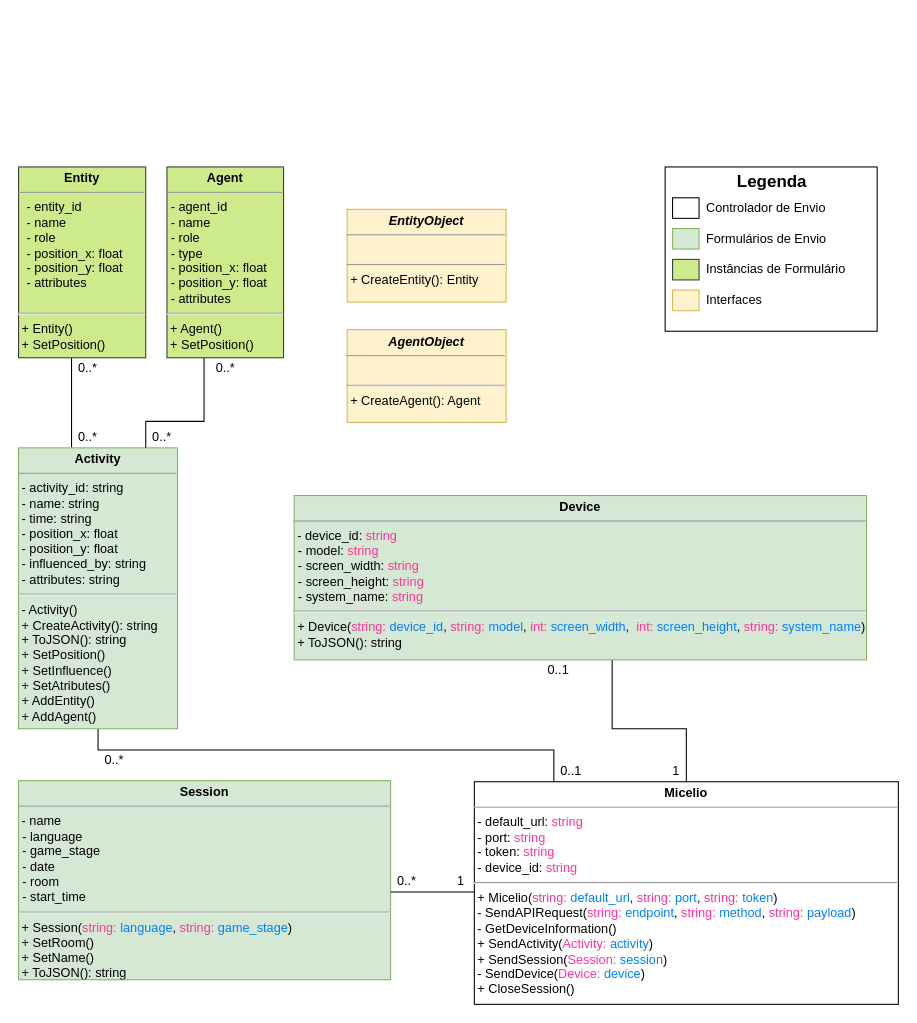
The draw.io diagram page "MicelioUnity Class Model" (5 of 6) of Documentation/Diagramas/Modelo De Dados Proveniencia.drawio in multisens/micelio, before the edit. Source tidied: cells renumbered, new cells numbered last; positions are measured from the earlier drawing's top-left corner, leaving out a move shared by most shapes. Both pictures are drawn from the tidied source at 106%, with x=0, y=0 at pixel (18, 18).
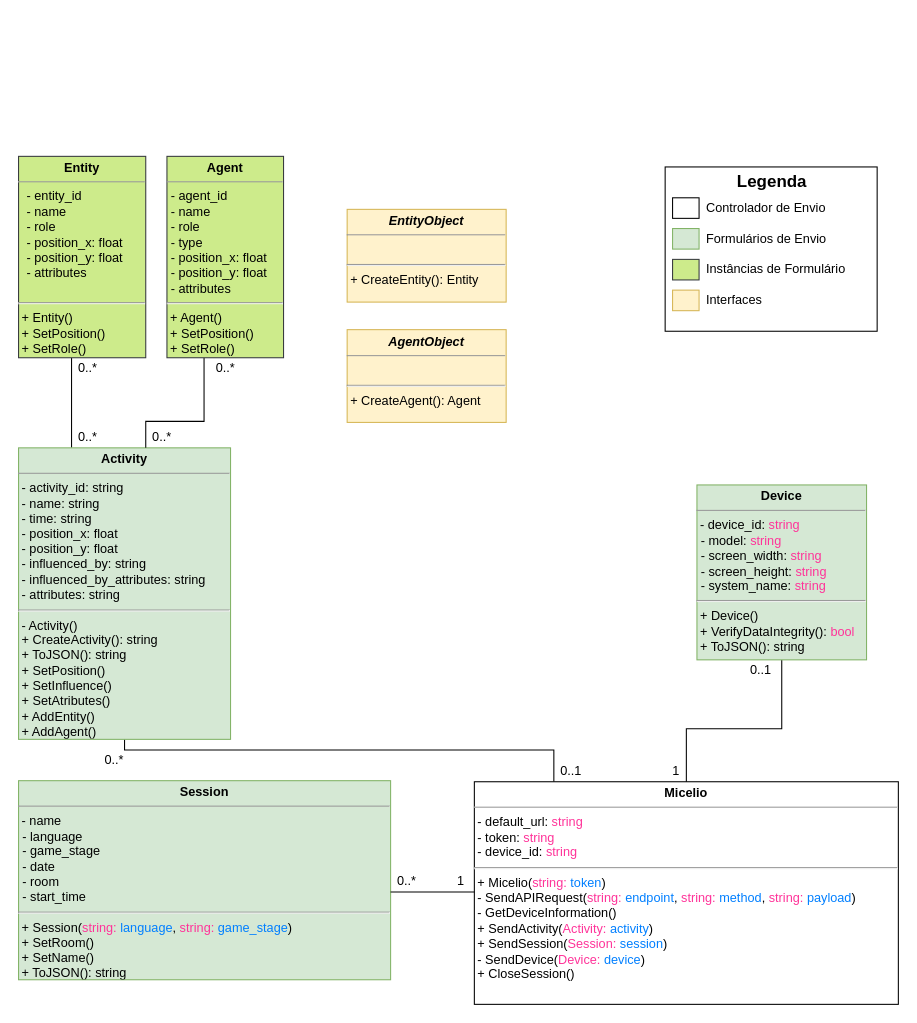
Above is the later version.

The change refers to these unchanged cells:
```xml
<mxCell id="17" style="group;" parent="1" vertex="1">
  <mxGeometry x="140" y="160" width="140" height="160" as="geometry" />
</mxCell>
```

The edit, as a diff of the source:
```diff
@@
-    <mxCell id="3" value="&lt;p style=&quot;margin: 0px ; margin-top: 4px ; text-align: center&quot;&gt;&lt;b&gt;Micelio&lt;/b&gt;&lt;/p&gt;&lt;hr size=&quot;1&quot;&gt;&amp;nbsp;- default_url: &lt;font color=&quot;#ff3399&quot;&gt;string&lt;/font&gt;&lt;br&gt;&amp;nbsp;- port: &lt;font color=&quot;#ff3399&quot;&gt;string&lt;/font&gt;&lt;br&gt;&amp;nbsp;- token: &lt;font color=&quot;#ff3399&quot;&gt;string&lt;/font&gt;&lt;br&gt;&amp;nbsp;- device_id: &lt;font color=&quot;#ff3399&quot;&gt;string&lt;/font&gt;&lt;br&gt;&lt;hr&gt;&amp;nbsp;+ Micelio(&lt;span style=&quot;color: rgb(255 , 51 , 153)&quot;&gt;string:&amp;nbsp;&lt;/span&gt;&lt;font color=&quot;#007fff&quot;&gt;default_url&lt;/font&gt;,&amp;nbsp;&lt;span style=&quot;color: rgb(255 , 51 , 153)&quot;&gt;string:&amp;nbsp;&lt;/span&gt;&lt;font color=&quot;#007fff&quot;&gt;port&lt;/font&gt;,&amp;nbsp;&lt;span style=&quot;color: rgb(255 , 51 , 153)&quot;&gt;string:&lt;/span&gt;&amp;nbsp;&lt;font color=&quot;#007fff&quot;&gt;token&lt;/font&gt;)&lt;br&gt;&amp;nbsp;- SendAPIRequest(&lt;span style=&quot;color: rgb(255 , 51 , 153)&quot;&gt;string:&amp;nbsp;&lt;/span&gt;&lt;font color=&quot;#007fff&quot;&gt;endpoint&lt;/font&gt;,&amp;nbsp;&lt;span style=&quot;color: rgb(255 , 51 , 153)&quot;&gt;string: &lt;/span&gt;&lt;font color=&quot;#007fff&quot;&gt;method&lt;/font&gt;,&amp;nbsp;&lt;span style=&quot;color: rgb(255 , 51 , 153)&quot;&gt;string:&lt;/span&gt;&amp;nbsp;&lt;font color=&quot;#007fff&quot;&gt;payload&lt;/font&gt;)&lt;br&gt;&amp;nbsp;- GetDeviceInformation()&lt;br&gt;&amp;nbsp;+ SendActivity(&lt;span style=&quot;color: rgb(255 , 51 , 153)&quot;&gt;Activity: &lt;/span&gt;&lt;font color=&quot;#007fff&quot;&gt;activity&lt;/font&gt;)&lt;br&gt;&amp;nbsp;+ SendSession(&lt;span style=&quot;color: rgb(255 , 51 , 153)&quot;&gt;Session: &lt;/span&gt;&lt;font color=&quot;#007fff&quot;&gt;session&lt;/font&gt;)&lt;br&gt;&amp;nbsp;- SendDevice(&lt;span style=&quot;color: rgb(255 , 51 , 153)&quot;&gt;Device:&amp;nbsp;&lt;/span&gt;&lt;font color=&quot;#007fff&quot;&gt;device&lt;/font&gt;)&lt;br&gt;&amp;nbsp;+ CloseSession()" style="verticalAlign=top;align=left;overflow=fill;fontSize=12;fontFamily=Helvetica;html=1;glass=0;" parent="1" vertex="1">
+    <mxCell id="3" value="&lt;p style=&quot;margin: 0px ; margin-top: 4px ; text-align: center&quot;&gt;&lt;b&gt;Micelio&lt;/b&gt;&lt;/p&gt;&lt;hr size=&quot;1&quot;&gt;&amp;nbsp;- default_url: &lt;font color=&quot;#ff3399&quot;&gt;string&lt;/font&gt;&lt;br&gt;&amp;nbsp;- token: &lt;font color=&quot;#ff3399&quot;&gt;string&lt;/font&gt;&lt;br&gt;&amp;nbsp;- device_id: &lt;font color=&quot;#ff3399&quot;&gt;string&lt;/font&gt;&lt;br&gt;&lt;hr&gt;&amp;nbsp;+ Micelio(&lt;span style=&quot;color: rgb(255 , 51 , 153)&quot;&gt;string:&lt;/span&gt;&amp;nbsp;&lt;font color=&quot;#007fff&quot;&gt;token&lt;/font&gt;)&lt;br&gt;&amp;nbsp;- SendAPIRequest(&lt;span style=&quot;color: rgb(255 , 51 , 153)&quot;&gt;string:&amp;nbsp;&lt;/span&gt;&lt;font color=&quot;#007fff&quot;&gt;endpoint&lt;/font&gt;,&amp;nbsp;&lt;span style=&quot;color: rgb(255 , 51 , 153)&quot;&gt;string: &lt;/span&gt;&lt;font color=&quot;#007fff&quot;&gt;method&lt;/font&gt;,&amp;nbsp;&lt;span style=&quot;color: rgb(255 , 51 , 153)&quot;&gt;string:&lt;/span&gt;&amp;nbsp;&lt;font color=&quot;#007fff&quot;&gt;payload&lt;/font&gt;)&lt;br&gt;&amp;nbsp;- GetDeviceInformation()&lt;br&gt;&amp;nbsp;+ SendActivity(&lt;span style=&quot;color: rgb(255 , 51 , 153)&quot;&gt;Activity: &lt;/span&gt;&lt;font color=&quot;#007fff&quot;&gt;activity&lt;/font&gt;)&lt;br&gt;&amp;nbsp;+ SendSession(&lt;span style=&quot;color: rgb(255 , 51 , 153)&quot;&gt;Session: &lt;/span&gt;&lt;font color=&quot;#007fff&quot;&gt;session&lt;/font&gt;)&lt;br&gt;&amp;nbsp;- SendDevice(&lt;span style=&quot;color: rgb(255 , 51 , 153)&quot;&gt;Device:&amp;nbsp;&lt;/span&gt;&lt;font color=&quot;#007fff&quot;&gt;device&lt;/font&gt;)&lt;br&gt;&amp;nbsp;+ CloseSession()" style="verticalAlign=top;align=left;overflow=fill;fontSize=12;fontFamily=Helvetica;html=1;glass=0;" parent="1" vertex="1">
       <mxGeometry x="430" y="720" width="400" height="210" as="geometry" />
     </mxCell>
@@
-    <mxCell id="5" value="&lt;p style=&quot;margin: 0px ; margin-top: 4px ; text-align: center&quot;&gt;&lt;b&gt;Activity&lt;/b&gt;&lt;/p&gt;&lt;hr size=&quot;1&quot;&gt;&amp;nbsp;- activity_id: string&lt;br&gt;&amp;nbsp;- name: string&lt;br&gt;&amp;nbsp;- time: string&lt;br&gt;&amp;nbsp;- position_x: float&lt;br&gt;&amp;nbsp;- position_y: float&lt;br&gt;&amp;nbsp;- influenced_by: string&lt;br&gt;&amp;nbsp;- attributes: string&lt;br&gt;&lt;hr&gt;&amp;nbsp;- Activity()&lt;br&gt;&amp;nbsp;+ CreateActivity(): string&lt;br&gt;&amp;nbsp;+ ToJSON(): string&lt;br&gt;&amp;nbsp;+ SetPosition()&lt;br&gt;&amp;nbsp;+ SetInfluence()&lt;br&gt;&amp;nbsp;+ SetAtributes()&lt;br&gt;&amp;nbsp;+ AddEntity()&lt;br&gt;&amp;nbsp;+ AddAgent()" style="verticalAlign=top;align=left;overflow=fill;fontSize=12;fontFamily=Helvetica;html=1;glass=0;fillColor=#d5e8d4;strokeColor=#82b366;" parent="1" vertex="1">
-      <mxGeometry y="405" width="150" height="265" as="geometry" />
+    <mxCell id="5" value="&lt;p style=&quot;margin: 0px ; margin-top: 4px ; text-align: center&quot;&gt;&lt;b&gt;Activity&lt;/b&gt;&lt;/p&gt;&lt;hr size=&quot;1&quot;&gt;&amp;nbsp;- activity_id: string&lt;br&gt;&amp;nbsp;- name: string&lt;br&gt;&amp;nbsp;- time: string&lt;br&gt;&amp;nbsp;- position_x: float&lt;br&gt;&amp;nbsp;- position_y: float&lt;br&gt;&amp;nbsp;- influenced_by: string&lt;br&gt;&amp;nbsp;- influenced_by_attributes: string&lt;br&gt;&amp;nbsp;- attributes: string&lt;br&gt;&lt;hr&gt;&amp;nbsp;- Activity()&lt;br&gt;&amp;nbsp;+ CreateActivity(): string&lt;br&gt;&amp;nbsp;+ ToJSON(): string&lt;br&gt;&amp;nbsp;+ SetPosition()&lt;br&gt;&amp;nbsp;+ SetInfluence()&lt;br&gt;&amp;nbsp;+ SetAtributes()&lt;br&gt;&amp;nbsp;+ AddEntity()&lt;br&gt;&amp;nbsp;+ AddAgent()" style="verticalAlign=top;align=left;overflow=fill;fontSize=12;fontFamily=Helvetica;html=1;glass=0;fillColor=#d5e8d4;strokeColor=#82b366;" parent="1" vertex="1">
+      <mxGeometry y="405" width="200" height="275" as="geometry" />
     </mxCell>
-    <mxCell id="6" value="&lt;p style=&quot;margin: 0px ; margin-top: 4px ; text-align: center&quot;&gt;&lt;b&gt;Entity&lt;/b&gt;&lt;/p&gt;&lt;hr size=&quot;1&quot;&gt;&lt;p style=&quot;margin: 0px 0px 0px 8px&quot;&gt;- entity_id&lt;/p&gt;&lt;p style=&quot;margin: 0px 0px 0px 8px&quot;&gt;- name&lt;br&gt;&lt;/p&gt;&lt;p style=&quot;margin: 0px 0px 0px 8px&quot;&gt;- role&lt;/p&gt;&lt;p style=&quot;margin: 0px 0px 0px 8px&quot;&gt;- position_x: float&lt;br&gt;- position_y: float&lt;br&gt;&lt;/p&gt;&lt;p style=&quot;margin: 0px 0px 0px 8px&quot;&gt;- attributes&lt;/p&gt;&lt;p style=&quot;margin: 0px 0px 0px 8px&quot;&gt;&lt;br&gt;&lt;/p&gt;&lt;hr&gt;&amp;nbsp;+ Entity()&lt;br&gt;&amp;nbsp;+ SetPosition()&lt;br&gt;&amp;nbsp;" style="verticalAlign=top;align=left;overflow=fill;fontSize=12;fontFamily=Helvetica;html=1;glass=0;fillColor=#cdeb8b;strokeColor=#36393d;" parent="1" vertex="1">
-      <mxGeometry y="140" width="120" height="180" as="geometry" />
+    <mxCell id="6" value="&lt;p style=&quot;margin: 0px ; margin-top: 4px ; text-align: center&quot;&gt;&lt;b&gt;Entity&lt;/b&gt;&lt;/p&gt;&lt;hr size=&quot;1&quot;&gt;&lt;p style=&quot;margin: 0px 0px 0px 8px&quot;&gt;- entity_id&lt;/p&gt;&lt;p style=&quot;margin: 0px 0px 0px 8px&quot;&gt;- name&lt;br&gt;&lt;/p&gt;&lt;p style=&quot;margin: 0px 0px 0px 8px&quot;&gt;- role&lt;/p&gt;&lt;p style=&quot;margin: 0px 0px 0px 8px&quot;&gt;- position_x: float&lt;br&gt;- position_y: float&lt;br&gt;&lt;/p&gt;&lt;p style=&quot;margin: 0px 0px 0px 8px&quot;&gt;- attributes&lt;/p&gt;&lt;p style=&quot;margin: 0px 0px 0px 8px&quot;&gt;&lt;br&gt;&lt;/p&gt;&lt;hr&gt;&amp;nbsp;+ Entity()&lt;br&gt;&amp;nbsp;+ SetPosition()&lt;br&gt;&amp;nbsp;+ SetRole()&lt;br&gt;&amp;nbsp;" style="verticalAlign=top;align=left;overflow=fill;fontSize=12;fontFamily=Helvetica;html=1;glass=0;fillColor=#cdeb8b;strokeColor=#36393d;" parent="1" vertex="1">
+      <mxGeometry y="130" width="120" height="190" as="geometry" />
     </mxCell>
@@
-    <mxCell id="18" value="&lt;p style=&quot;margin: 0px ; margin-top: 4px ; text-align: center&quot;&gt;&lt;b&gt;Agent&lt;/b&gt;&lt;/p&gt;&lt;hr size=&quot;1&quot;&gt;&lt;p style=&quot;margin: 0px 0px 0px 4px&quot;&gt;- agent_id&lt;/p&gt;&lt;p style=&quot;margin: 0px 0px 0px 4px&quot;&gt;- name&lt;/p&gt;&lt;p style=&quot;margin: 0px 0px 0px 4px&quot;&gt;- role&lt;/p&gt;&lt;p style=&quot;margin: 0px 0px 0px 4px&quot;&gt;- type&lt;/p&gt;&lt;p style=&quot;margin: 0px 0px 0px 4px&quot;&gt;- position_x: float&lt;br&gt;- position_y: float&lt;br&gt;&lt;/p&gt;&lt;p style=&quot;margin: 0px 0px 0px 4px&quot;&gt;&lt;span&gt;- attributes&lt;/span&gt;&lt;br&gt;&lt;/p&gt;&lt;hr&gt;&amp;nbsp;+ Agent()&lt;br&gt;&amp;nbsp;+ SetPosition()&lt;br&gt;&amp;nbsp;" style="verticalAlign=top;align=left;overflow=fill;fontSize=12;fontFamily=Helvetica;html=1;glass=0;fillColor=#cdeb8b;strokeColor=#36393d;" parent="17" vertex="1">
-      <mxGeometry y="-20" width="110" height="180" as="geometry" />
+    <mxCell id="18" value="&lt;p style=&quot;margin: 0px ; margin-top: 4px ; text-align: center&quot;&gt;&lt;b&gt;Agent&lt;/b&gt;&lt;/p&gt;&lt;hr size=&quot;1&quot;&gt;&lt;p style=&quot;margin: 0px 0px 0px 4px&quot;&gt;- agent_id&lt;/p&gt;&lt;p style=&quot;margin: 0px 0px 0px 4px&quot;&gt;- name&lt;/p&gt;&lt;p style=&quot;margin: 0px 0px 0px 4px&quot;&gt;- role&lt;/p&gt;&lt;p style=&quot;margin: 0px 0px 0px 4px&quot;&gt;- type&lt;/p&gt;&lt;p style=&quot;margin: 0px 0px 0px 4px&quot;&gt;- position_x: float&lt;br&gt;- position_y: float&lt;br&gt;&lt;/p&gt;&lt;p style=&quot;margin: 0px 0px 0px 4px&quot;&gt;&lt;span&gt;- attributes&lt;/span&gt;&lt;br&gt;&lt;/p&gt;&lt;hr&gt;&amp;nbsp;+ Agent()&lt;br&gt;&amp;nbsp;+ SetPosition()&lt;br&gt;&amp;nbsp;+ SetRole()" style="verticalAlign=top;align=left;overflow=fill;fontSize=12;fontFamily=Helvetica;html=1;glass=0;fillColor=#cdeb8b;strokeColor=#36393d;" parent="17" vertex="1">
+      <mxGeometry y="-30" width="110" height="190" as="geometry" />
     </mxCell>
@@
     <mxCell id="20" style="edgeStyle=orthogonalEdgeStyle;rounded=0;jettySize=auto;html=1;endArrow=none;endFill=0;" parent="1" edge="1" source="23" target="3">
       <mxGeometry relative="1" as="geometry">
         <Array as="points">
-          <mxPoint x="560" y="670" />
+          <mxPoint x="720" y="670" />
           <mxPoint x="630" y="670" />
         </Array>
       </mxGeometry>
     </mxCell>
@@
-    <mxCell id="23" value="&lt;p style=&quot;margin: 0px ; margin-top: 4px ; text-align: center&quot;&gt;&lt;b&gt;Device&lt;/b&gt;&lt;/p&gt;&lt;hr size=&quot;1&quot;&gt;&amp;nbsp;-&amp;nbsp;device_id:&amp;nbsp;&lt;font color=&quot;#ff3399&quot;&gt;string&lt;/font&gt;&lt;p style=&quot;margin: 0px 0px 0px 4px&quot;&gt;- model: &lt;font color=&quot;#ff3399&quot;&gt;string&lt;/font&gt;&amp;nbsp;&lt;/p&gt;&lt;p style=&quot;margin: 0px 0px 0px 4px&quot;&gt;- screen_width: &lt;font color=&quot;#ff3399&quot;&gt;string&lt;/font&gt;&lt;/p&gt;&lt;p style=&quot;margin: 0px 0px 0px 4px&quot;&gt;- screen_height: &lt;font color=&quot;#ff3399&quot;&gt;string&lt;/font&gt;&lt;/p&gt;&lt;p style=&quot;margin: 0px 0px 0px 4px&quot;&gt;- system_name: &lt;font color=&quot;#ff3399&quot;&gt;string&lt;/font&gt;&lt;/p&gt;&lt;hr&gt;&amp;nbsp;+ Device(&lt;span style=&quot;color: rgb(255 , 51 , 153)&quot;&gt;string: &lt;/span&gt;&lt;font color=&quot;#007fff&quot;&gt;device_id&lt;/font&gt;,&amp;nbsp;&lt;span style=&quot;color: rgb(255 , 51 , 153)&quot;&gt;string:&amp;nbsp;&lt;/span&gt;&lt;font color=&quot;#007fff&quot;&gt;model&lt;/font&gt;,&amp;nbsp;&lt;span style=&quot;color: rgb(255 , 51 , 153)&quot;&gt;int:&lt;/span&gt;&amp;nbsp;&lt;font color=&quot;#007fff&quot;&gt;screen_width&lt;/font&gt;,&amp;nbsp;&amp;nbsp;&lt;span style=&quot;color: rgb(255 , 51 , 153)&quot;&gt;int:&lt;/span&gt;&amp;nbsp;&lt;font color=&quot;#007fff&quot;&gt;screen_height&lt;/font&gt;,&amp;nbsp;&lt;span style=&quot;color: rgb(255 , 51 , 153)&quot;&gt;string:&lt;/span&gt;&amp;nbsp;&lt;font color=&quot;#007fff&quot;&gt;system_name&lt;/font&gt;)&lt;br&gt;&amp;nbsp;+ ToJSON(): string" style="verticalAlign=top;align=left;overflow=fill;fontSize=12;fontFamily=Helvetica;html=1;glass=0;fillColor=#d5e8d4;strokeColor=#82b366;" parent="1" vertex="1">
-      <mxGeometry x="260" y="450" width="540" height="155" as="geometry" />
+    <mxCell id="23" value="&lt;p style=&quot;margin: 0px ; margin-top: 4px ; text-align: center&quot;&gt;&lt;b&gt;Device&lt;/b&gt;&lt;/p&gt;&lt;hr size=&quot;1&quot;&gt;&amp;nbsp;-&amp;nbsp;device_id:&amp;nbsp;&lt;font color=&quot;#ff3399&quot;&gt;string&lt;/font&gt;&lt;p style=&quot;margin: 0px 0px 0px 4px&quot;&gt;- model: &lt;font color=&quot;#ff3399&quot;&gt;string&lt;/font&gt;&amp;nbsp;&lt;/p&gt;&lt;p style=&quot;margin: 0px 0px 0px 4px&quot;&gt;- screen_width: &lt;font color=&quot;#ff3399&quot;&gt;string&lt;/font&gt;&lt;/p&gt;&lt;p style=&quot;margin: 0px 0px 0px 4px&quot;&gt;- screen_height: &lt;font color=&quot;#ff3399&quot;&gt;string&lt;/font&gt;&lt;/p&gt;&lt;p style=&quot;margin: 0px 0px 0px 4px&quot;&gt;- system_name: &lt;font color=&quot;#ff3399&quot;&gt;string&lt;/font&gt;&lt;/p&gt;&lt;hr&gt;&amp;nbsp;+ Device()&lt;br&gt;&amp;nbsp;+ VerifyDataIntegrity():&amp;nbsp;&lt;span style=&quot;color: rgb(255 , 51 , 153)&quot;&gt;bool&lt;/span&gt;&lt;br&gt;&amp;nbsp;+ ToJSON(): string" style="verticalAlign=top;align=left;overflow=fill;fontSize=12;fontFamily=Helvetica;html=1;glass=0;fillColor=#d5e8d4;strokeColor=#82b366;" parent="1" vertex="1">
+      <mxGeometry x="640" y="440" width="160" height="165" as="geometry" />
     </mxCell>
     <mxCell id="24" value="0..1" style="text;html=1;align=center;verticalAlign=middle;" parent="1" vertex="1">
-      <mxGeometry x="489" y="605" width="40" height="20" as="geometry" />
+      <mxGeometry x="680" y="605" width="40" height="20" as="geometry" />
     </mxCell>
```
